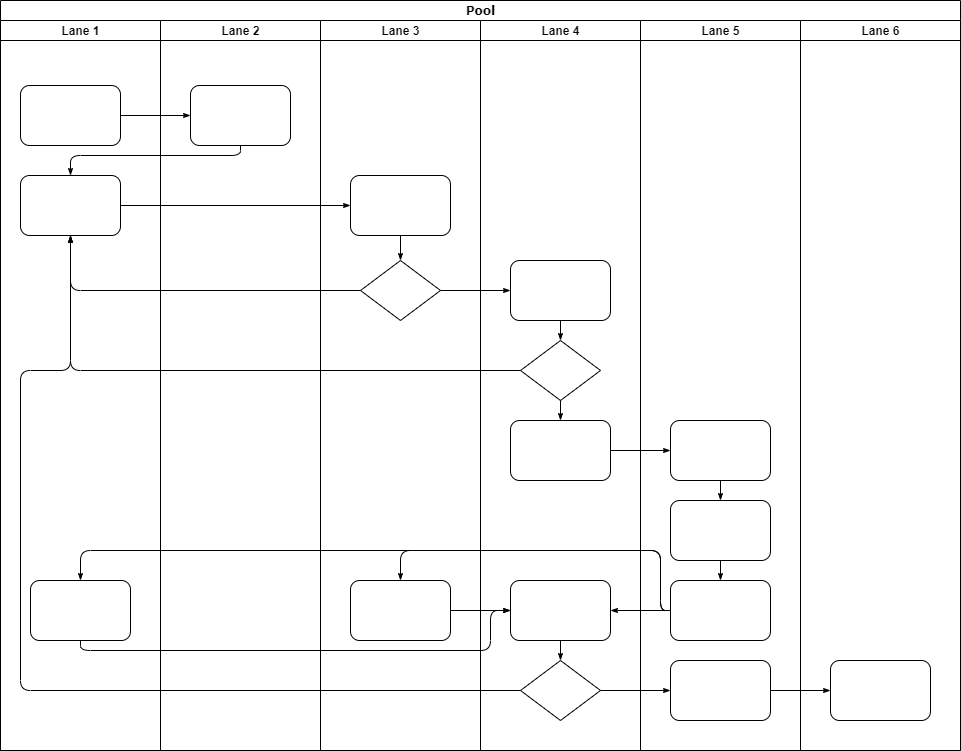
deepinsea/draw keeps this draw.io diagram as 数据流图.png. Above is the earlier version. Source tidied: cells renumbered, new cells last; positions are measured from the earlier drawing's top-left corner, leaving out a move shared by most shapes. Source of this version:
```xml
<mxGraphModel background="#ffffff">
  <root>
    <mxCell id="0" />
    <mxCell id="1" parent="0" />
    <mxCell id="2" value="Pool" style="swimlane;html=1;startSize=20;rounded=0;shadow=0;labelBackgroundColor=none;strokeWidth=1;fontFamily=Verdana;fontSize=8;align=center;" parent="1" vertex="1">
      <mxGeometry width="960" height="750" as="geometry" />
    </mxCell>
    <mxCell id="3" value="Lane 1" style="swimlane;html=1;startSize=20;" parent="2" vertex="1">
      <mxGeometry y="20" width="160" height="730" as="geometry" />
    </mxCell>
    <mxCell id="4" style="rounded=1;whiteSpace=wrap;html=1;shadow=0;labelBackgroundColor=none;strokeWidth=1;fontFamily=Verdana;fontSize=8;align=center;" parent="3" vertex="1">
      <mxGeometry x="20" y="65" width="100" height="60" as="geometry" />
    </mxCell>
    <mxCell id="5" style="rounded=1;whiteSpace=wrap;html=1;shadow=0;labelBackgroundColor=none;strokeWidth=1;fontFamily=Verdana;fontSize=8;align=center;" parent="3" vertex="1">
      <mxGeometry x="20" y="155" width="100" height="60" as="geometry" />
    </mxCell>
    <mxCell id="6" style="rounded=1;whiteSpace=wrap;html=1;shadow=0;labelBackgroundColor=none;strokeWidth=1;fontFamily=Verdana;fontSize=8;align=center;" parent="3" vertex="1">
      <mxGeometry x="30" y="560" width="100" height="60" as="geometry" />
    </mxCell>
    <mxCell id="7" style="edgeStyle=orthogonalEdgeStyle;rounded=1;html=1;labelBackgroundColor=none;startArrow=none;startFill=0;startSize=5;endArrow=classicThin;endFill=1;endSize=5;jettySize=auto;strokeWidth=1;fontFamily=Verdana;fontSize=8;" parent="2" edge="1" source="4" target="23">
      <mxGeometry relative="1" as="geometry" />
    </mxCell>
    <mxCell id="8" style="edgeStyle=orthogonalEdgeStyle;rounded=1;html=1;labelBackgroundColor=none;startArrow=none;startFill=0;startSize=5;endArrow=classicThin;endFill=1;endSize=5;jettySize=auto;strokeWidth=1;fontFamily=Verdana;fontSize=8;" parent="2" edge="1" source="23" target="5">
      <mxGeometry relative="1" as="geometry">
        <Array as="points">
          <mxPoint x="240" y="155" />
          <mxPoint x="70" y="155" />
        </Array>
      </mxGeometry>
    </mxCell>
    <mxCell id="9" style="edgeStyle=orthogonalEdgeStyle;rounded=1;html=1;labelBackgroundColor=none;startArrow=none;startFill=0;startSize=5;endArrow=classicThin;endFill=1;endSize=5;jettySize=auto;strokeWidth=1;fontFamily=Verdana;fontSize=8;" parent="2" edge="1" source="5" target="25">
      <mxGeometry relative="1" as="geometry" />
    </mxCell>
    <mxCell id="10" style="edgeStyle=orthogonalEdgeStyle;rounded=1;html=1;labelBackgroundColor=none;startArrow=none;startFill=0;startSize=5;endArrow=classicThin;endFill=1;endSize=5;jettySize=auto;strokeWidth=1;fontFamily=Verdana;fontSize=8;" parent="2" edge="1" source="26" target="5">
      <mxGeometry relative="1" as="geometry" />
    </mxCell>
    <mxCell id="11" style="edgeStyle=orthogonalEdgeStyle;rounded=1;html=1;labelBackgroundColor=none;startArrow=none;startFill=0;startSize=5;endArrow=classicThin;endFill=1;endSize=5;jettySize=auto;strokeWidth=1;fontFamily=Verdana;fontSize=8;" parent="2" edge="1" source="31" target="5">
      <mxGeometry relative="1" as="geometry" />
    </mxCell>
    <mxCell id="12" style="edgeStyle=orthogonalEdgeStyle;rounded=1;html=1;labelBackgroundColor=none;startArrow=none;startFill=0;startSize=5;endArrow=classicThin;endFill=1;endSize=5;jettySize=auto;strokeWidth=1;fontFamily=Verdana;fontSize=8;" parent="2" edge="1" source="34" target="5">
      <mxGeometry relative="1" as="geometry">
        <Array as="points">
          <mxPoint x="20" y="690" />
          <mxPoint x="20" y="370" />
          <mxPoint x="70" y="370" />
        </Array>
      </mxGeometry>
    </mxCell>
    <mxCell id="13" style="edgeStyle=orthogonalEdgeStyle;rounded=1;html=1;labelBackgroundColor=none;startArrow=none;startFill=0;startSize=5;endArrow=classicThin;endFill=1;endSize=5;jettySize=auto;strokeWidth=1;fontFamily=Verdana;fontSize=8;" parent="2" edge="1" source="26" target="30">
      <mxGeometry relative="1" as="geometry" />
    </mxCell>
    <mxCell id="14" style="edgeStyle=orthogonalEdgeStyle;rounded=1;html=1;labelBackgroundColor=none;startArrow=none;startFill=0;startSize=5;endArrow=classicThin;endFill=1;endSize=5;jettySize=auto;strokeWidth=1;fontFamily=Verdana;fontSize=8;" parent="2" edge="1" source="34" target="42">
      <mxGeometry relative="1" as="geometry" />
    </mxCell>
    <mxCell id="15" style="edgeStyle=orthogonalEdgeStyle;rounded=1;html=1;labelBackgroundColor=none;startArrow=none;startFill=0;startSize=5;endArrow=classicThin;endFill=1;endSize=5;jettySize=auto;strokeWidth=1;fontFamily=Verdana;fontSize=8;" parent="2" edge="1" source="42" target="46">
      <mxGeometry relative="1" as="geometry" />
    </mxCell>
    <mxCell id="16" style="edgeStyle=orthogonalEdgeStyle;rounded=1;html=1;labelBackgroundColor=none;startArrow=none;startFill=0;startSize=5;endArrow=classicThin;endFill=1;endSize=5;jettySize=auto;strokeWidth=1;fontFamily=Verdana;fontSize=8;" parent="2" edge="1" source="32" target="39">
      <mxGeometry relative="1" as="geometry" />
    </mxCell>
    <mxCell id="17" style="edgeStyle=orthogonalEdgeStyle;rounded=1;html=1;labelBackgroundColor=none;startArrow=none;startFill=0;startSize=5;endArrow=classicThin;endFill=1;endSize=5;jettySize=auto;strokeWidth=1;fontFamily=Verdana;fontSize=8;" parent="2" edge="1" source="41" target="27">
      <mxGeometry relative="1" as="geometry">
        <Array as="points">
          <mxPoint x="660" y="610" />
          <mxPoint x="660" y="550" />
          <mxPoint x="400" y="550" />
        </Array>
      </mxGeometry>
    </mxCell>
    <mxCell id="18" style="edgeStyle=orthogonalEdgeStyle;rounded=1;html=1;labelBackgroundColor=none;startArrow=none;startFill=0;startSize=5;endArrow=classicThin;endFill=1;endSize=5;jettySize=auto;strokeColor=#000000;strokeWidth=1;fontFamily=Verdana;fontSize=8;fontColor=#000000;" parent="2" edge="1" source="41" target="33">
      <mxGeometry relative="1" as="geometry" />
    </mxCell>
    <mxCell id="19" style="edgeStyle=orthogonalEdgeStyle;rounded=1;html=1;labelBackgroundColor=none;startArrow=none;startFill=0;startSize=5;endArrow=classicThin;endFill=1;endSize=5;jettySize=auto;strokeWidth=1;fontFamily=Verdana;fontSize=8;" parent="2" edge="1" source="41" target="6">
      <mxGeometry relative="1" as="geometry">
        <Array as="points">
          <mxPoint x="660" y="610" />
          <mxPoint x="660" y="550" />
          <mxPoint x="80" y="550" />
        </Array>
      </mxGeometry>
    </mxCell>
    <mxCell id="20" style="edgeStyle=orthogonalEdgeStyle;rounded=1;html=1;labelBackgroundColor=none;startArrow=none;startFill=0;startSize=5;endArrow=classicThin;endFill=1;endSize=5;jettySize=auto;strokeWidth=1;fontFamily=Verdana;fontSize=8;" parent="2" edge="1" source="6" target="33">
      <mxGeometry relative="1" as="geometry">
        <Array as="points">
          <mxPoint x="80" y="650" />
          <mxPoint x="490" y="650" />
          <mxPoint x="490" y="610" />
        </Array>
      </mxGeometry>
    </mxCell>
    <mxCell id="21" style="edgeStyle=orthogonalEdgeStyle;rounded=1;html=1;labelBackgroundColor=none;startArrow=none;startFill=0;startSize=5;endArrow=classicThin;endFill=1;endSize=5;jettySize=auto;strokeWidth=1;fontFamily=Verdana;fontSize=8;" parent="2" edge="1" source="27" target="33">
      <mxGeometry relative="1" as="geometry" />
    </mxCell>
    <mxCell id="22" value="Lane 2" style="swimlane;html=1;startSize=20;" parent="2" vertex="1">
      <mxGeometry x="160" y="20" width="160" height="730" as="geometry" />
    </mxCell>
    <mxCell id="23" style="rounded=1;whiteSpace=wrap;html=1;shadow=0;labelBackgroundColor=none;strokeWidth=1;fontFamily=Verdana;fontSize=8;align=center;" parent="22" vertex="1">
      <mxGeometry x="30" y="65" width="100" height="60" as="geometry" />
    </mxCell>
    <mxCell id="24" value="Lane 3" style="swimlane;html=1;startSize=20;" parent="2" vertex="1">
      <mxGeometry x="320" y="20" width="160" height="730" as="geometry" />
    </mxCell>
    <mxCell id="25" style="rounded=1;whiteSpace=wrap;html=1;shadow=0;labelBackgroundColor=none;strokeWidth=1;fontFamily=Verdana;fontSize=8;align=center;" parent="24" vertex="1">
      <mxGeometry x="30" y="155" width="100" height="60" as="geometry" />
    </mxCell>
    <mxCell id="26" style="rhombus;whiteSpace=wrap;html=1;rounded=0;shadow=0;labelBackgroundColor=none;strokeWidth=1;fontFamily=Verdana;fontSize=8;align=center;" parent="24" vertex="1">
      <mxGeometry x="40" y="240" width="80" height="60" as="geometry" />
    </mxCell>
    <mxCell id="27" style="rounded=1;whiteSpace=wrap;html=1;shadow=0;labelBackgroundColor=none;strokeWidth=1;fontFamily=Verdana;fontSize=8;align=center;" parent="24" vertex="1">
      <mxGeometry x="30" y="560" width="100" height="60" as="geometry" />
    </mxCell>
    <mxCell id="28" style="edgeStyle=orthogonalEdgeStyle;rounded=1;html=1;labelBackgroundColor=none;startArrow=none;startFill=0;startSize=5;endArrow=classicThin;endFill=1;endSize=5;jettySize=auto;strokeWidth=1;fontFamily=Verdana;fontSize=8;" parent="24" edge="1" source="25" target="26">
      <mxGeometry relative="1" as="geometry" />
    </mxCell>
    <mxCell id="29" value="Lane 4" style="swimlane;html=1;startSize=20;" parent="2" vertex="1">
      <mxGeometry x="480" y="20" width="160" height="730" as="geometry" />
    </mxCell>
    <mxCell id="30" style="rounded=1;whiteSpace=wrap;html=1;shadow=0;labelBackgroundColor=none;strokeWidth=1;fontFamily=Verdana;fontSize=8;align=center;" parent="29" vertex="1">
      <mxGeometry x="30" y="240" width="100" height="60" as="geometry" />
    </mxCell>
    <mxCell id="31" style="rhombus;whiteSpace=wrap;html=1;rounded=0;shadow=0;labelBackgroundColor=none;strokeWidth=1;fontFamily=Verdana;fontSize=8;align=center;" parent="29" vertex="1">
      <mxGeometry x="40" y="320" width="80" height="60" as="geometry" />
    </mxCell>
    <mxCell id="32" style="rounded=1;whiteSpace=wrap;html=1;shadow=0;labelBackgroundColor=none;strokeWidth=1;fontFamily=Verdana;fontSize=8;align=center;" parent="29" vertex="1">
      <mxGeometry x="30" y="400" width="100" height="60" as="geometry" />
    </mxCell>
    <mxCell id="33" style="rounded=1;whiteSpace=wrap;html=1;shadow=0;labelBackgroundColor=none;strokeWidth=1;fontFamily=Verdana;fontSize=8;align=center;" parent="29" vertex="1">
      <mxGeometry x="30" y="560" width="100" height="60" as="geometry" />
    </mxCell>
    <mxCell id="34" style="rhombus;whiteSpace=wrap;html=1;rounded=0;shadow=0;labelBackgroundColor=none;strokeWidth=1;fontFamily=Verdana;fontSize=8;align=center;" parent="29" vertex="1">
      <mxGeometry x="40" y="640" width="80" height="60" as="geometry" />
    </mxCell>
    <mxCell id="35" style="edgeStyle=orthogonalEdgeStyle;rounded=1;html=1;labelBackgroundColor=none;startArrow=none;startFill=0;startSize=5;endArrow=classicThin;endFill=1;endSize=5;jettySize=auto;strokeColor=#000000;strokeWidth=1;fontFamily=Verdana;fontSize=8;fontColor=#000000;" parent="29" edge="1" source="30" target="31">
      <mxGeometry relative="1" as="geometry" />
    </mxCell>
    <mxCell id="36" style="edgeStyle=orthogonalEdgeStyle;rounded=1;html=1;labelBackgroundColor=none;startArrow=none;startFill=0;startSize=5;endArrow=classicThin;endFill=1;endSize=5;jettySize=auto;strokeWidth=1;fontFamily=Verdana;fontSize=8;" parent="29" edge="1" source="31" target="32">
      <mxGeometry relative="1" as="geometry" />
    </mxCell>
    <mxCell id="37" style="edgeStyle=orthogonalEdgeStyle;rounded=1;html=1;labelBackgroundColor=none;startArrow=none;startFill=0;startSize=5;endArrow=classicThin;endFill=1;endSize=5;jettySize=auto;strokeWidth=1;fontFamily=Verdana;fontSize=8;" parent="29" edge="1" source="33" target="34">
      <mxGeometry relative="1" as="geometry" />
    </mxCell>
    <mxCell id="38" value="Lane 5" style="swimlane;html=1;startSize=20;" parent="2" vertex="1">
      <mxGeometry x="640" y="20" width="160" height="730" as="geometry" />
    </mxCell>
    <mxCell id="39" style="rounded=1;whiteSpace=wrap;html=1;shadow=0;labelBackgroundColor=none;strokeWidth=1;fontFamily=Verdana;fontSize=8;align=center;" parent="38" vertex="1">
      <mxGeometry x="30" y="400" width="100" height="60" as="geometry" />
    </mxCell>
    <mxCell id="40" style="rounded=1;whiteSpace=wrap;html=1;shadow=0;labelBackgroundColor=none;strokeWidth=1;fontFamily=Verdana;fontSize=8;align=center;" parent="38" vertex="1">
      <mxGeometry x="30" y="480" width="100" height="60" as="geometry" />
    </mxCell>
    <mxCell id="41" style="rounded=1;whiteSpace=wrap;html=1;shadow=0;labelBackgroundColor=none;strokeWidth=1;fontFamily=Verdana;fontSize=8;align=center;" parent="38" vertex="1">
      <mxGeometry x="30" y="560" width="100" height="60" as="geometry" />
    </mxCell>
    <mxCell id="42" style="rounded=1;whiteSpace=wrap;html=1;shadow=0;labelBackgroundColor=none;strokeWidth=1;fontFamily=Verdana;fontSize=8;align=center;" parent="38" vertex="1">
      <mxGeometry x="30" y="640" width="100" height="60" as="geometry" />
    </mxCell>
    <mxCell id="43" style="edgeStyle=orthogonalEdgeStyle;rounded=1;html=1;labelBackgroundColor=none;startArrow=none;startFill=0;startSize=5;endArrow=classicThin;endFill=1;endSize=5;jettySize=auto;strokeWidth=1;fontFamily=Verdana;fontSize=8;" parent="38" edge="1" source="39" target="40">
      <mxGeometry relative="1" as="geometry" />
    </mxCell>
    <mxCell id="44" style="edgeStyle=orthogonalEdgeStyle;rounded=1;html=1;labelBackgroundColor=none;startArrow=none;startFill=0;startSize=5;endArrow=classicThin;endFill=1;endSize=5;jettySize=auto;strokeWidth=1;fontFamily=Verdana;fontSize=8;" parent="38" edge="1" source="40" target="41">
      <mxGeometry relative="1" as="geometry" />
    </mxCell>
    <mxCell id="45" value="Lane 6" style="swimlane;html=1;startSize=20;" parent="2" vertex="1">
      <mxGeometry x="800" y="20" width="160" height="730" as="geometry" />
    </mxCell>
    <mxCell id="46" style="rounded=1;whiteSpace=wrap;html=1;shadow=0;labelBackgroundColor=none;strokeWidth=1;fontFamily=Verdana;fontSize=8;align=center;" parent="45" vertex="1">
      <mxGeometry x="30" y="640" width="100" height="60" as="geometry" />
    </mxCell>
  </root>
</mxGraphModel>
```
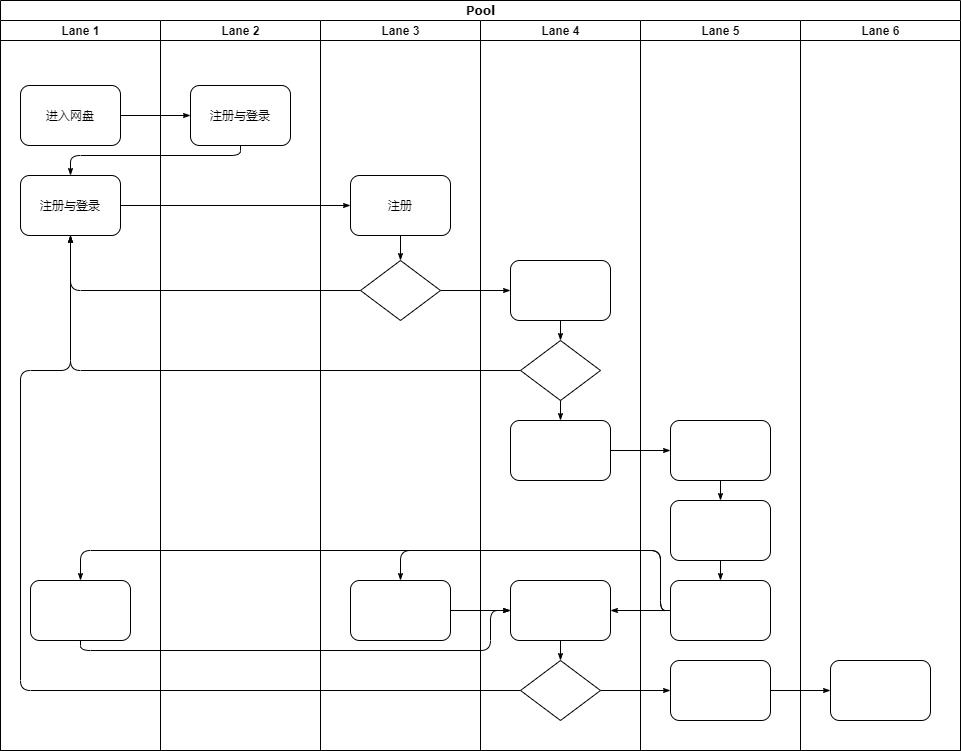
The same file after the commit.

Commit message:
更新数据流图.png

What changed in the source:
```diff
@@ -8,10 +8,10 @@
     <mxCell id="3" value="Lane 1" style="swimlane;html=1;startSize=20;" parent="2" vertex="1">
       <mxGeometry y="20" width="160" height="730" as="geometry" />
     </mxCell>
-    <mxCell id="4" style="rounded=1;whiteSpace=wrap;html=1;shadow=0;labelBackgroundColor=none;strokeWidth=1;fontFamily=Verdana;fontSize=8;align=center;" parent="3" vertex="1">
+    <mxCell id="4" value="进入网盘" style="rounded=1;whiteSpace=wrap;html=1;shadow=0;labelBackgroundColor=none;strokeWidth=1;fontFamily=Verdana;fontSize=8;align=center;" parent="3" vertex="1">
       <mxGeometry x="20" y="65" width="100" height="60" as="geometry" />
     </mxCell>
-    <mxCell id="5" style="rounded=1;whiteSpace=wrap;html=1;shadow=0;labelBackgroundColor=none;strokeWidth=1;fontFamily=Verdana;fontSize=8;align=center;" parent="3" vertex="1">
+    <mxCell id="5" value="注册与登录" style="rounded=1;whiteSpace=wrap;html=1;shadow=0;labelBackgroundColor=none;strokeWidth=1;fontFamily=Verdana;fontSize=8;align=center;" parent="3" vertex="1">
       <mxGeometry x="20" y="155" width="100" height="60" as="geometry" />
     </mxCell>
     <mxCell id="6" style="rounded=1;whiteSpace=wrap;html=1;shadow=0;labelBackgroundColor=none;strokeWidth=1;fontFamily=Verdana;fontSize=8;align=center;" parent="3" vertex="1">
@@ -94,13 +94,13 @@
     <mxCell id="22" value="Lane 2" style="swimlane;html=1;startSize=20;" parent="2" vertex="1">
       <mxGeometry x="160" y="20" width="160" height="730" as="geometry" />
     </mxCell>
-    <mxCell id="23" style="rounded=1;whiteSpace=wrap;html=1;shadow=0;labelBackgroundColor=none;strokeWidth=1;fontFamily=Verdana;fontSize=8;align=center;" parent="22" vertex="1">
+    <mxCell id="23" value="注册与登录" style="rounded=1;whiteSpace=wrap;html=1;shadow=0;labelBackgroundColor=none;strokeWidth=1;fontFamily=Verdana;fontSize=8;align=center;" parent="22" vertex="1">
       <mxGeometry x="30" y="65" width="100" height="60" as="geometry" />
     </mxCell>
     <mxCell id="24" value="Lane 3" style="swimlane;html=1;startSize=20;" parent="2" vertex="1">
       <mxGeometry x="320" y="20" width="160" height="730" as="geometry" />
     </mxCell>
-    <mxCell id="25" style="rounded=1;whiteSpace=wrap;html=1;shadow=0;labelBackgroundColor=none;strokeWidth=1;fontFamily=Verdana;fontSize=8;align=center;" parent="24" vertex="1">
+    <mxCell id="25" value="注册" style="rounded=1;whiteSpace=wrap;html=1;shadow=0;labelBackgroundColor=none;strokeWidth=1;fontFamily=Verdana;fontSize=8;align=center;" parent="24" vertex="1">
       <mxGeometry x="30" y="155" width="100" height="60" as="geometry" />
     </mxCell>
     <mxCell id="26" style="rhombus;whiteSpace=wrap;html=1;rounded=0;shadow=0;labelBackgroundColor=none;strokeWidth=1;fontFamily=Verdana;fontSize=8;align=center;" parent="24" vertex="1">
```
